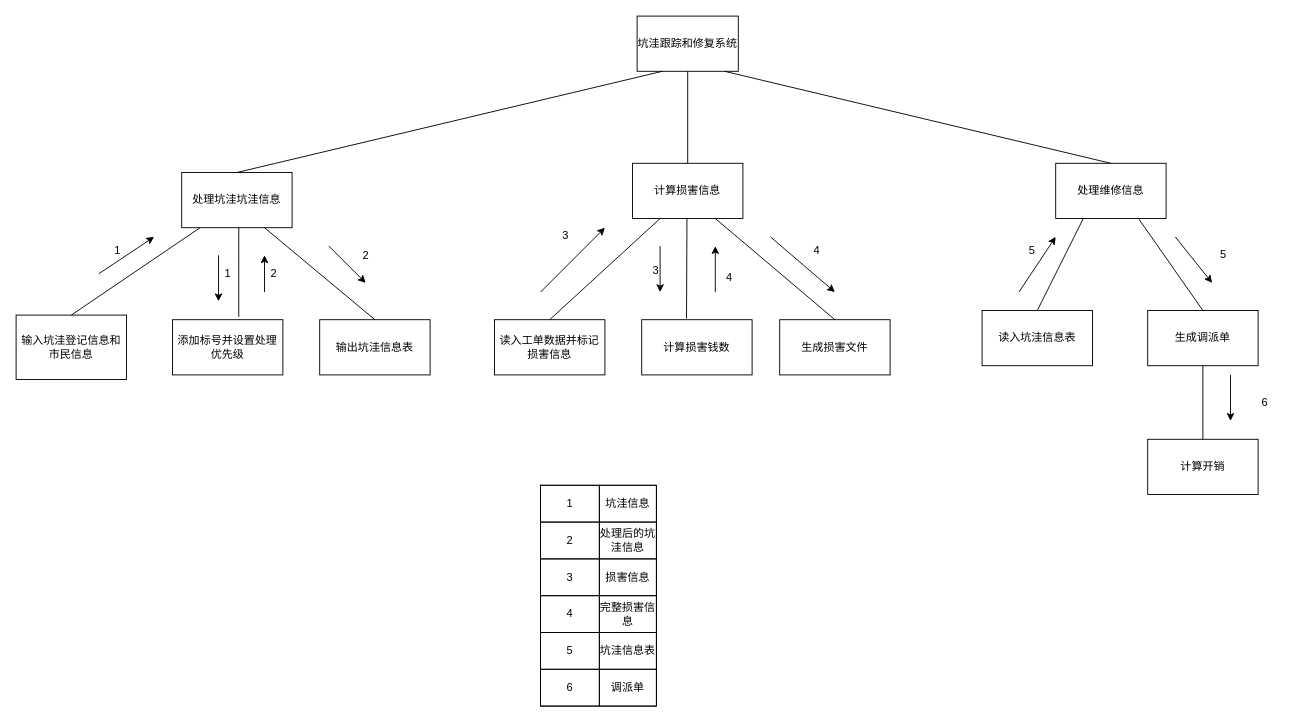
Earlier version of the draw.io diagram 未命名绘图.drawio (Herler66/test). Source tidied: cells renumbered, new cells numbered last; positions are measured from the earlier drawing's top-left corner, leaving out a move shared by most shapes. Both pictures are drawn from the tidied source at 92%, with x=0, y=0 at pixel (16, 16).
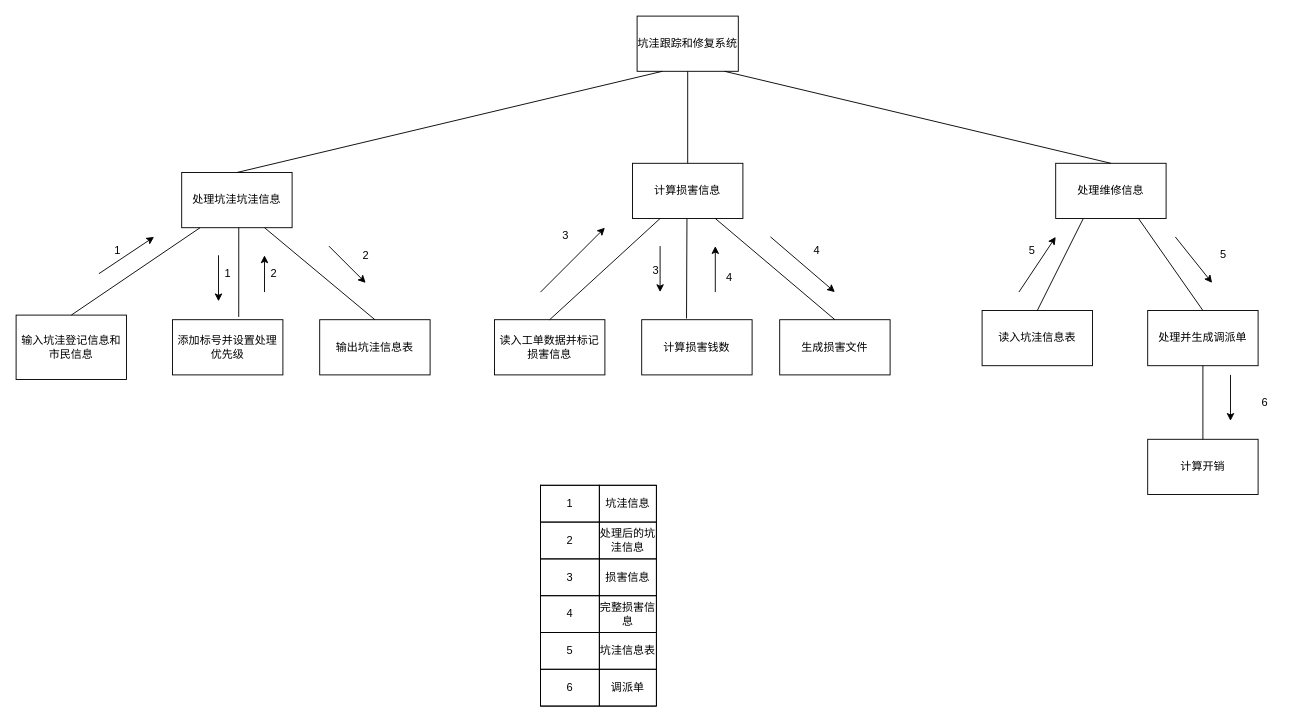
Above is the later version.

Commit message:
更新未命名绘图.drawio

Diff of the diagram source:
```diff
@@
-    <mxCell id="14" value="生成调派单" style="rounded=0;whiteSpace=wrap;html=1;" parent="1" vertex="1">
+    <mxCell id="14" value="处理并生成调派单" style="rounded=0;whiteSpace=wrap;html=1;" parent="1" vertex="1">
       <mxGeometry x="1230" y="320" width="120" height="60" as="geometry" />
     </mxCell>
```
